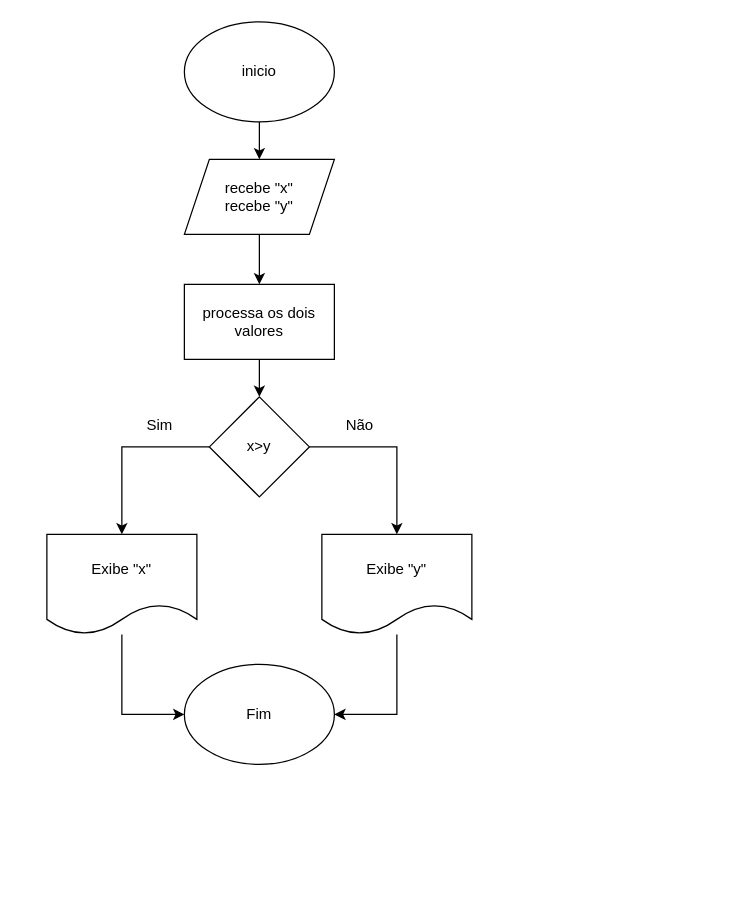
Before: Aulas/atividade 1903/maior.drawio in Mateus-FerrariF/L-gicaPrograma-aoMateus.ferrari, a draw.io diagram. Source tidied: cells renumbered, new cells numbered last; positions are measured from the earlier drawing's top-left corner, leaving out a move shared by most shapes. Both pictures are drawn from the tidied source at 125%, with x=0, y=0 at pixel (46, 21).
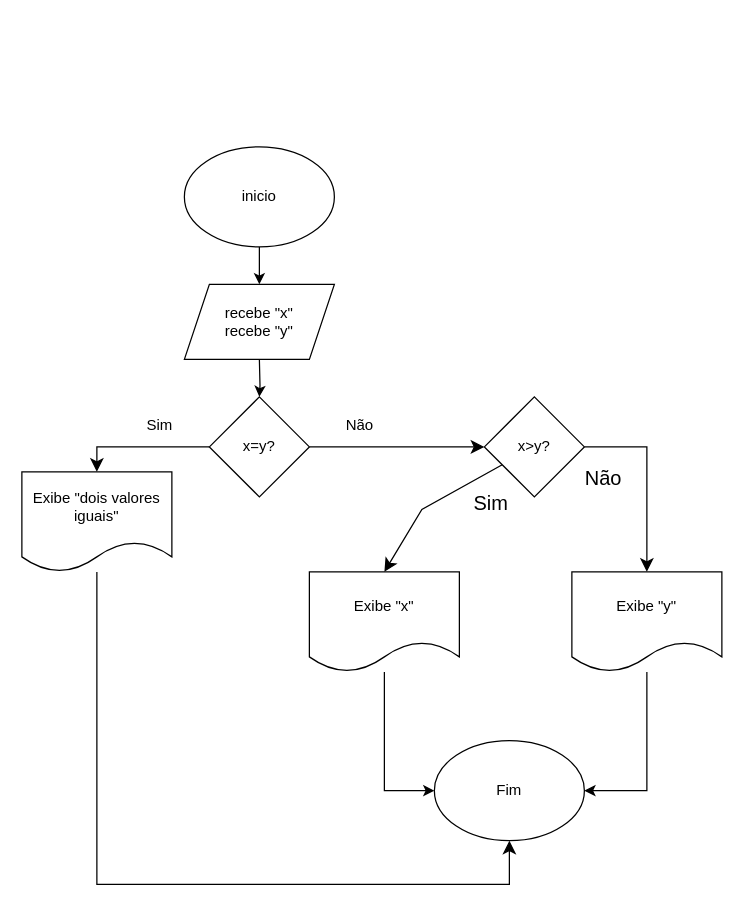
Above is the later version.

The edit, as a diff of the source:
```diff
@@
     <mxCell id="3" value="inicio" style="ellipse;whiteSpace=wrap;html=1;" parent="1" vertex="1">
-      <mxGeometry x="110" width="120" height="80" as="geometry" />
+      <mxGeometry x="110" y="100" width="120" height="80" as="geometry" />
     </mxCell>
-    <mxCell id="4" style="edgeStyle=orthogonalEdgeStyle;rounded=0;jettySize=auto;html=1;" parent="1" edge="1" source="5" target="7">
-      <mxGeometry relative="1" as="geometry" />
-    </mxCell>
     <mxCell id="5" value="&lt;div&gt;recebe &quot;x&quot;&lt;/div&gt;recebe &quot;y&quot;" style="shape=parallelogram;perimeter=parallelogramPerimeter;whiteSpace=wrap;html=1;fixedSize=1;" parent="1" vertex="1">
-      <mxGeometry x="110" y="110" width="120" height="60" as="geometry" />
+      <mxGeometry x="110" y="210" width="120" height="60" as="geometry" />
     </mxCell>
-    <mxCell id="6" style="edgeStyle=orthogonalEdgeStyle;rounded=0;jettySize=auto;html=1;" parent="1" edge="1" source="7" target="10">
-      <mxGeometry relative="1" as="geometry" />
+    <mxCell id="6" style="edgeStyle=orthogonalEdgeStyle;rounded=0;jettySize=auto;html=1;" parent="1" edge="1" target="10">
+      <mxGeometry relative="1" as="geometry">
+        <mxPoint x="170" y="270" as="sourcePoint" />
+      </mxGeometry>
     </mxCell>
-    <mxCell id="7" value="processa os dois valores" style="rounded=0;whiteSpace=wrap;html=1;" parent="1" vertex="1">
-      <mxGeometry x="110" y="210" width="120" height="60" as="geometry" />
-    </mxCell>
-    <mxCell id="8" style="edgeStyle=orthogonalEdgeStyle;rounded=0;jettySize=auto;html=1;" parent="1" edge="1" source="10" target="12">
-      <mxGeometry relative="1" as="geometry" />
-    </mxCell>
-    <mxCell id="9" style="edgeStyle=orthogonalEdgeStyle;rounded=0;jettySize=auto;html=1;" parent="1" edge="1" source="10" target="14">
-      <mxGeometry relative="1" as="geometry" />
-    </mxCell>
+    <mxCell id="18" style="edgeStyle=none;curved=0;rounded=0;jettySize=auto;html=1;exitX=0;exitY=0.5;exitDx=0;exitDy=0;entryX=0.5;entryY=0;entryDx=0;entryDy=0;fontSize=12;startSize=8;endSize=8;" parent="1" edge="1" source="10" target="21">
+      <mxGeometry relative="1" as="geometry">
+        <Array as="points">
+          <mxPoint x="40" y="340" />
+        </Array>
+      </mxGeometry>
+    </mxCell>
+    <mxCell id="19" style="edgeStyle=none;curved=1;rounded=0;jettySize=auto;html=1;fontSize=12;startSize=8;endSize=8;" parent="1" edge="1" source="10" target="24">
+      <mxGeometry relative="1" as="geometry" />
+    </mxCell>
-    <mxCell id="10" value="x&amp;gt;y" style="rhombus;whiteSpace=wrap;html=1;" parent="1" vertex="1">
+    <mxCell id="10" value="x=y?" style="rhombus;whiteSpace=wrap;html=1;" parent="1" vertex="1">
       <mxGeometry x="130" y="300" width="80" height="80" as="geometry" />
     </mxCell>
@@
     <mxCell id="12" value="Exibe &quot;y&quot;" style="shape=document;whiteSpace=wrap;html=1;boundedLbl=1;" parent="1" vertex="1">
-      <mxGeometry x="220" y="410" width="120" height="80" as="geometry" />
+      <mxGeometry x="420" y="440" width="120" height="80" as="geometry" />
     </mxCell>
@@
     <mxCell id="14" value="Exibe &quot;x&quot;" style="shape=document;whiteSpace=wrap;html=1;boundedLbl=1;" parent="1" vertex="1">
-      <mxGeometry y="410" width="120" height="80" as="geometry" />
+      <mxGeometry x="210" y="440" width="120" height="80" as="geometry" />
     </mxCell>
@@
     <mxCell id="17" value="Fim" style="ellipse;whiteSpace=wrap;html=1;" parent="1" vertex="1">
-      <mxGeometry x="110" y="514" width="120" height="80" as="geometry" />
+      <mxGeometry x="310" y="575" width="120" height="80" as="geometry" />
     </mxCell>
+    <mxCell id="20" style="edgeStyle=none;curved=0;rounded=0;jettySize=auto;html=1;fontSize=12;startSize=8;endSize=8;entryX=0.5;entryY=1;entryDx=0;entryDy=0;" parent="1" edge="1" source="21" target="17">
+      <mxGeometry relative="1" as="geometry">
+        <Array as="points">
+          <mxPoint x="40" y="690" />
+          <mxPoint x="370" y="690" />
+        </Array>
+      </mxGeometry>
+    </mxCell>
+    <mxCell id="21" value="Exibe &quot;dois valores iguais&quot;" style="shape=document;whiteSpace=wrap;html=1;boundedLbl=1;" parent="1" vertex="1">
+      <mxGeometry x="-20" y="360" width="120" height="80" as="geometry" />
+    </mxCell>
+    <mxCell id="22" style="edgeStyle=none;curved=0;rounded=0;jettySize=auto;html=1;entryX=0.5;entryY=0;entryDx=0;entryDy=0;fontSize=12;startSize=8;endSize=8;" parent="1" edge="1" source="24" target="14">
+      <mxGeometry relative="1" as="geometry">
+        <Array as="points">
+          <mxPoint x="300" y="390" />
+        </Array>
+      </mxGeometry>
+    </mxCell>
+    <mxCell id="23" style="edgeStyle=none;curved=0;rounded=0;jettySize=auto;html=1;entryX=0.5;entryY=0;entryDx=0;entryDy=0;fontSize=12;startSize=8;endSize=8;" parent="1" edge="1" source="24" target="12">
+      <mxGeometry relative="1" as="geometry">
+        <Array as="points">
+          <mxPoint x="480" y="340" />
+        </Array>
+      </mxGeometry>
+    </mxCell>
+    <mxCell id="24" value="x&amp;gt;y?" style="rhombus;whiteSpace=wrap;html=1;" parent="1" vertex="1">
+      <mxGeometry x="350" y="300" width="80" height="80" as="geometry" />
+    </mxCell>
+    <mxCell id="25" value="Sim" style="text;html=1;align=center;verticalAlign=middle;strokeColor=none;fillColor=none;fontSize=16;" parent="1" vertex="1">
+      <mxGeometry x="330" y="370" width="50" height="30" as="geometry" />
+    </mxCell>
+    <mxCell id="26" value="Não" style="text;html=1;align=center;verticalAlign=middle;strokeColor=none;fillColor=none;fontSize=16;" parent="1" vertex="1">
+      <mxGeometry x="420" y="350" width="50" height="30" as="geometry" />
+    </mxCell>
```
